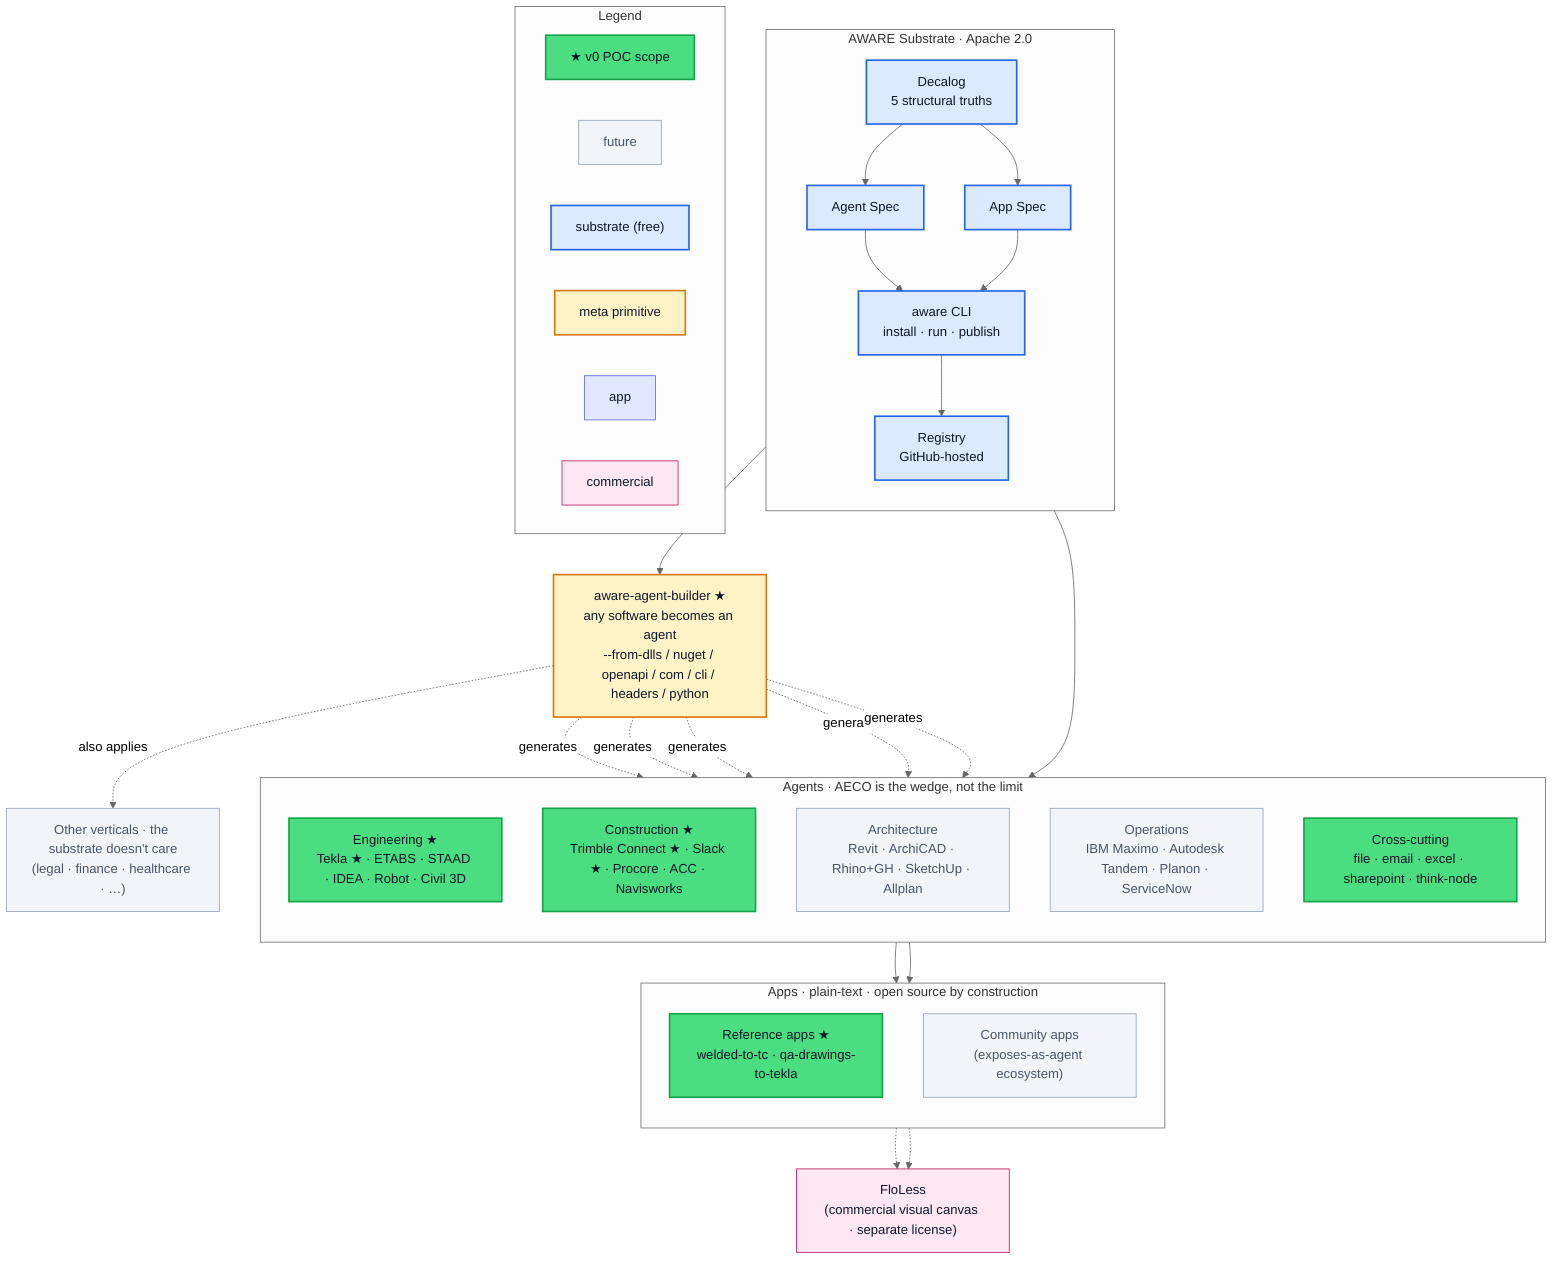
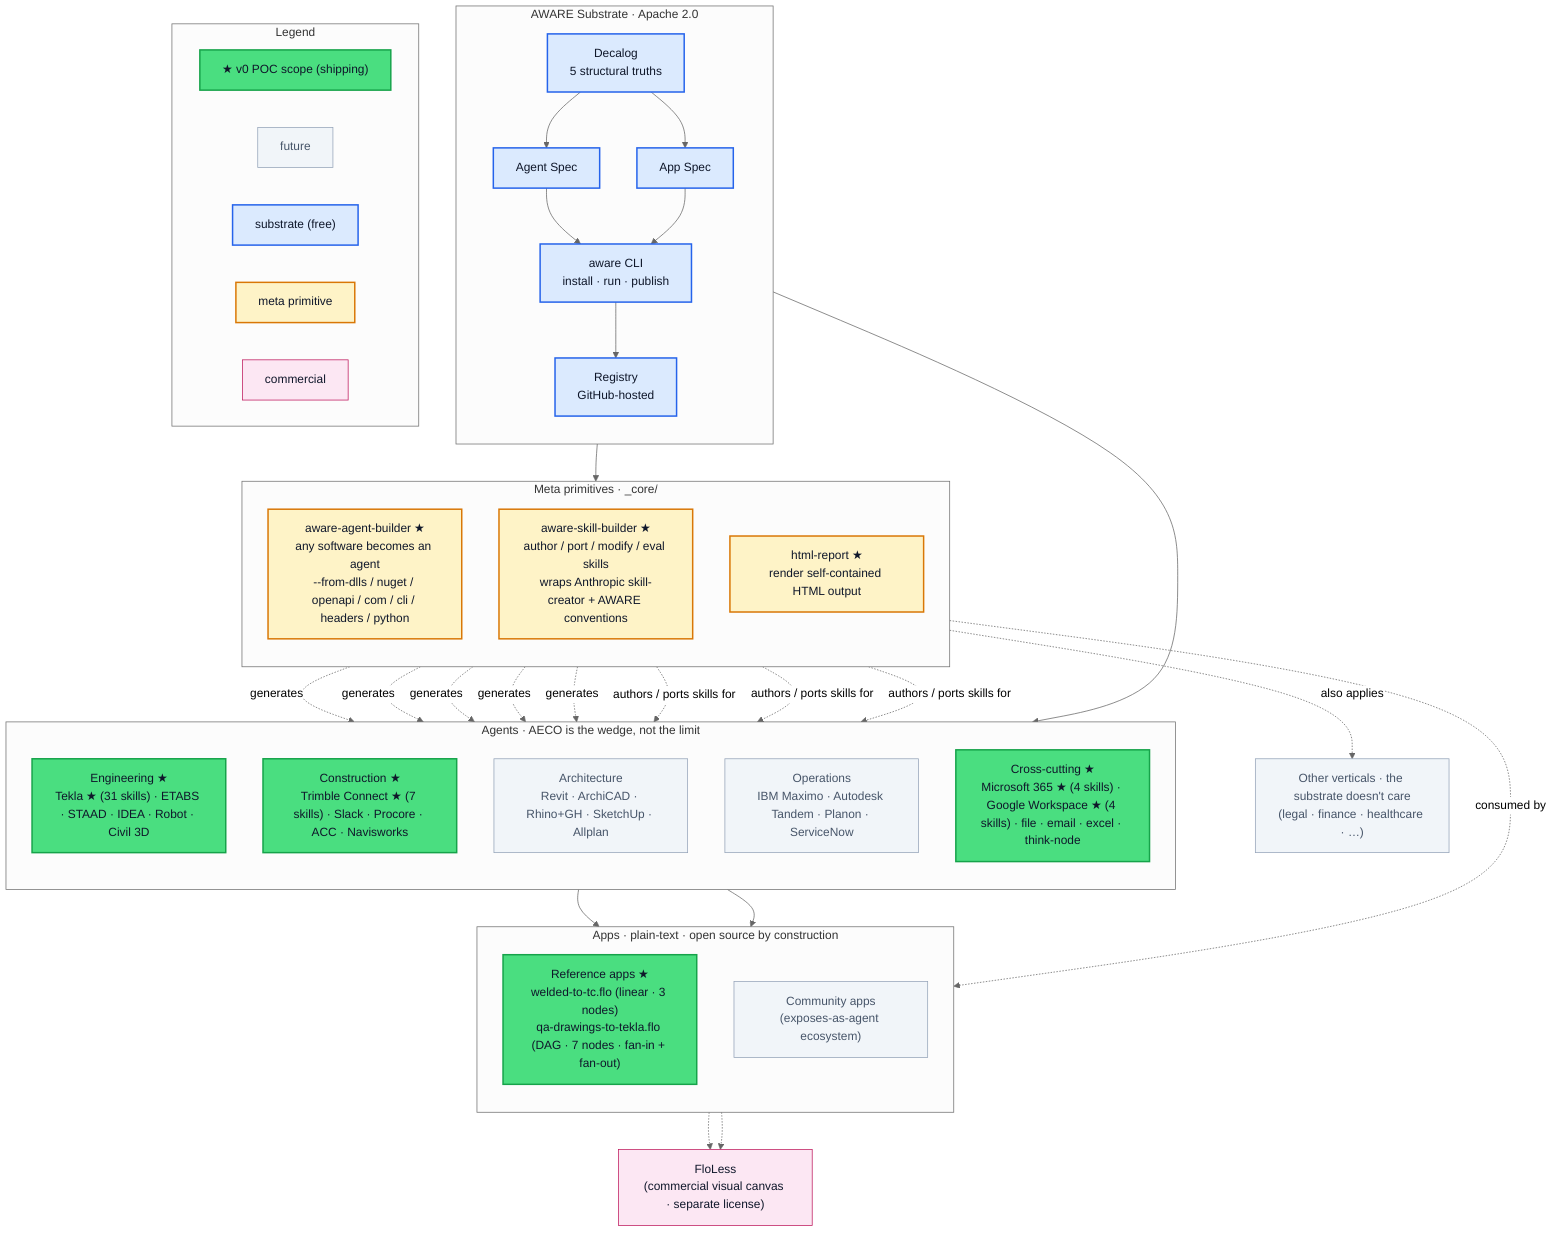
%%{init: {'theme':'neutral'}}%%
graph TB

  %% =========================================================
  %% Style classes
  %% =========================================================
  classDef poc        fill:#4ade80,stroke:#16a34a,color:#0f172a,stroke-width:2px
  classDef future     fill:#f1f5f9,stroke:#94a3b8,color:#475569
  classDef substrate  fill:#dbeafe,stroke:#2563eb,color:#0f172a,stroke-width:2px
  classDef meta       fill:#fef3c7,stroke:#d97706,color:#0f172a,stroke-width:2px
  classDef app        fill:#e0e7ff,stroke:#6366f1,color:#0f172a
  classDef commercial fill:#fce7f3,stroke:#be185d,color:#0f172a

  %% =========================================================
  %% Substrate · Apache 2.0
  %% =========================================================
  subgraph SUB["AWARE Substrate · Apache 2.0"]
    direction TB
    Decalog["Decalog<br/>5 structural truths"]:::substrate
    AgentSpec["Agent Spec"]:::substrate
    AppSpec["App Spec"]:::substrate
    CLI["aware CLI<br/>install · run · publish"]:::substrate
    Registry["Registry<br/>GitHub-hosted"]:::substrate

    Decalog --> AgentSpec
    Decalog --> AppSpec
    AgentSpec --> CLI
    AppSpec --> CLI
    CLI --> Registry
  end

  %% =========================================================
-   %% Meta primitive · agent builder
+   %% Meta primitives — under _core/
  %% =========================================================
-   Builder["aware-agent-builder ★<br/>any software becomes an agent<br/>--from-dlls / nuget / openapi / com / cli / headers / python"]:::meta
+   subgraph META["Meta primitives · _core/"]
+     direction TB
+     Builder["aware-agent-builder ★<br/>any software becomes an agent<br/>--from-dlls / nuget / openapi / com / cli / headers / python"]:::meta
+     SkillBuilder["aware-skill-builder ★<br/>author / port / modify / eval skills<br/>wraps Anthropic skill-creator + AWARE conventions"]:::meta
+     HtmlReport["html-report ★<br/>render self-contained HTML output"]:::meta
+   end

  %% =========================================================
  %% Agents · AECO (the wedge)
  %% =========================================================
  subgraph AGENTS["Agents · AECO is the wedge, not the limit"]
    direction TB

-     Eng["Engineering ★<br/>Tekla ★ · ETABS · STAAD · IDEA · Robot · Civil 3D"]:::poc
-     Cons["Construction ★<br/>Trimble Connect ★ · Slack ★ · Procore · ACC · Navisworks"]:::poc
+     Eng["Engineering ★<br/>Tekla ★ (31 skills) · ETABS · STAAD · IDEA · Robot · Civil 3D"]:::poc
+     Cons["Construction ★<br/>Trimble Connect ★ (7 skills) · Slack · Procore · ACC · Navisworks"]:::poc
    Arch["Architecture<br/>Revit · ArchiCAD · Rhino+GH · SketchUp · Allplan"]:::future
    Ops["Operations<br/>IBM Maximo · Autodesk Tandem · Planon · ServiceNow"]:::future
-     Cross["Cross-cutting<br/>file · email · excel · sharepoint · think-node"]:::poc
+     Cross["Cross-cutting ★<br/>Microsoft 365 ★ (4 skills) · Google Workspace ★ (4 skills) · file · email · excel · think-node"]:::poc
  end

  Other["Other verticals · the substrate doesn't care<br/>(legal · finance · healthcare · …)"]:::future

  %% =========================================================
  %% Apps · plain-text compositions
  %% =========================================================
  subgraph APPS["Apps · plain-text · open source by construction"]
    direction TB
-     Refs["Reference apps ★<br/>welded-to-tc · qa-drawings-to-tekla"]:::poc
+     Refs["Reference apps ★<br/>welded-to-tc.flo (linear · 3 nodes)<br/>qa-drawings-to-tekla.flo (DAG · 7 nodes · fan-in + fan-out)"]:::poc
    Community["Community apps<br/>(exposes-as-agent ecosystem)"]:::future
  end

  %% =========================================================
  %% Commercial layer
  %% =========================================================
  FloLess["FloLess<br/>(commercial visual canvas · separate license)"]:::commercial

  %% =========================================================
  %% Wiring
  %% =========================================================
-   Registry --> Builder
+   Registry --> META
  Registry --> AGENTS

  Builder -. generates .-> Eng
  Builder -. generates .-> Cons
+   Builder -. generates .-> Cross
  Builder -. generates .-> Arch
  Builder -. generates .-> Ops
-   Builder -. generates .-> Cross
  Builder -. also applies .-> Other
+ 
+   SkillBuilder -. authors / ports skills for .-> Eng
+   SkillBuilder -. authors / ports skills for .-> Cons
+   SkillBuilder -. authors / ports skills for .-> Cross

  AGENTS --> Refs
  AGENTS --> Community
+   HtmlReport -. consumed by .-> Refs

  Refs -.-> FloLess
  Community -.-> FloLess

  %% =========================================================
-   %% Legend (forced via invisible edges)
+   %% Legend
  %% =========================================================
  subgraph LEGEND["Legend"]
    direction LR
-     LegPoc["★ v0 POC scope"]:::poc
+     LegPoc["★ v0 POC scope (shipping)"]:::poc
    LegFut["future"]:::future
    LegSub["substrate (free)"]:::substrate
    LegMeta["meta primitive"]:::meta
-     LegApp["app"]:::app
    LegComm["commercial"]:::commercial
  end
